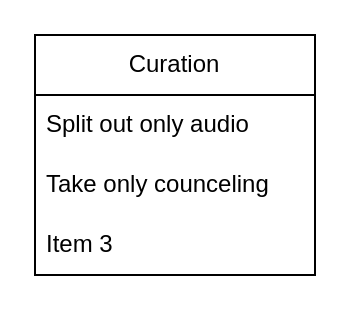
Before: Kokoro_agent.drawio in htatemura/LLM, a draw.io diagram. Source tidied: cells renumbered, new cells numbered last; positions are measured from the earlier drawing's top-left corner, leaving out a move shared by most shapes. Both pictures are drawn from the tidied source at 200%, with x=0, y=0 at pixel (34, 34).
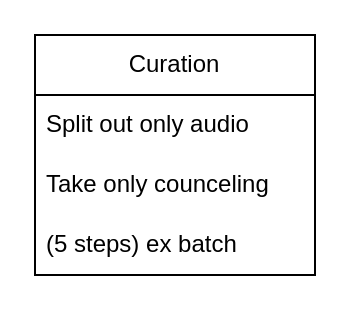
The same diagram, later.

The edit, as a diff of the source:
```diff
@@
 <mxGraphModel>
   <root>
     <mxCell id="0" />
     <mxCell id="1" parent="0" />
     <mxCell id="2" value="Curation" style="swimlane;fontStyle=0;horizontal=1;startSize=30;whiteSpace=wrap;html=1;" parent="1" vertex="1">
       <mxGeometry width="140" height="120" as="geometry" />
     </mxCell>
     <mxCell id="3" value="Split out only audio" style="text;strokeColor=none;fillColor=none;align=left;verticalAlign=middle;spacingLeft=4;spacingRight=4;overflow=hidden;whiteSpace=wrap;html=1;" parent="2" vertex="1">
       <mxGeometry y="30" width="140" height="30" as="geometry" />
     </mxCell>
     <mxCell id="4" value="Take only counceling" style="text;strokeColor=none;fillColor=none;align=left;verticalAlign=middle;spacingLeft=4;spacingRight=4;overflow=hidden;whiteSpace=wrap;html=1;" parent="2" vertex="1">
       <mxGeometry y="60" width="140" height="30" as="geometry" />
     </mxCell>
-    <mxCell id="5" value="Item 3" style="text;strokeColor=none;fillColor=none;align=left;verticalAlign=middle;spacingLeft=4;spacingRight=4;overflow=hidden;whiteSpace=wrap;html=1;" parent="2" vertex="1">
+    <mxCell id="5" value="(5 steps) ex batch" style="text;strokeColor=none;fillColor=none;align=left;verticalAlign=middle;spacingLeft=4;spacingRight=4;overflow=hidden;whiteSpace=wrap;html=1;" parent="2" vertex="1">
       <mxGeometry y="90" width="140" height="30" as="geometry" />
     </mxCell>
   </root>
 </mxGraphModel>
```
